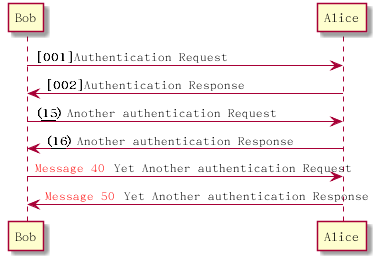
Above: draw/plantuml/plantuml11.png in lsytj0413/learn-note (PlantUML), before the change.
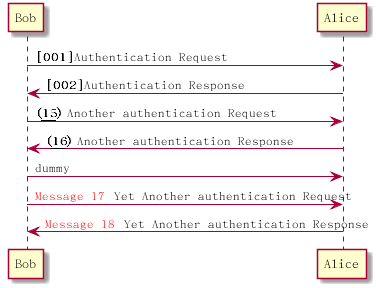
The same diagram one commit later.

The edit, as a diff of the source:
```diff
@@ -7,7 +7,10 @@
 Bob -> Alice : Another authentication Request
 Bob <- Alice : Another authentication Response
 
-autonumber 40 10 "<font color=red>Message 0  "
+autonumber stop
+Bob -> Alice : dummy
+
+autonumber resume 1 "<font color=red>Message 0  "
 Bob -> Alice : Yet Another authentication Request
 Bob <- Alice : Yet Another authentication Response
 
```
